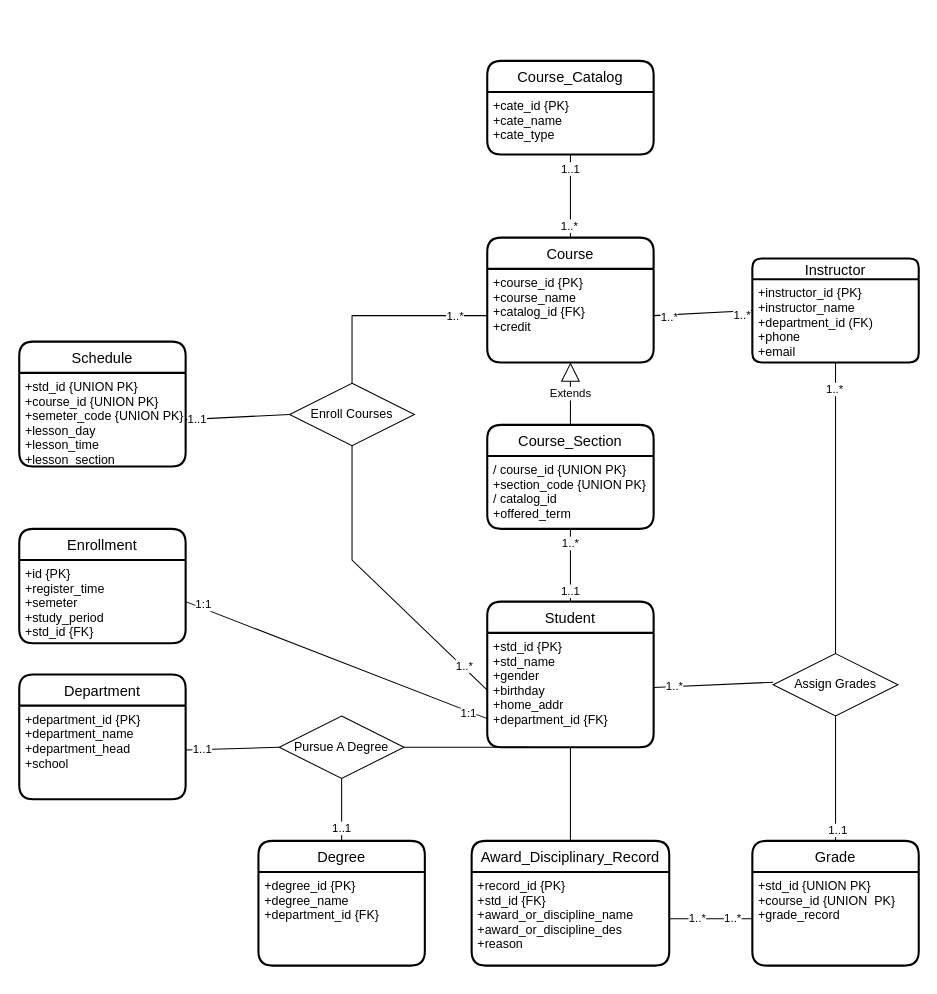
The draw.io diagram page "第 2 页" (2 of 2) of 未命名绘图2.drawio in bincute/iAmReadingBook, before the edit. Source tidied: cells renumbered, new cells numbered last; positions are measured from the earlier drawing's top-left corner, leaving out a move shared by most shapes. Both pictures are drawn from the tidied source at 104%, with x=0, y=0 at pixel (19, 60).
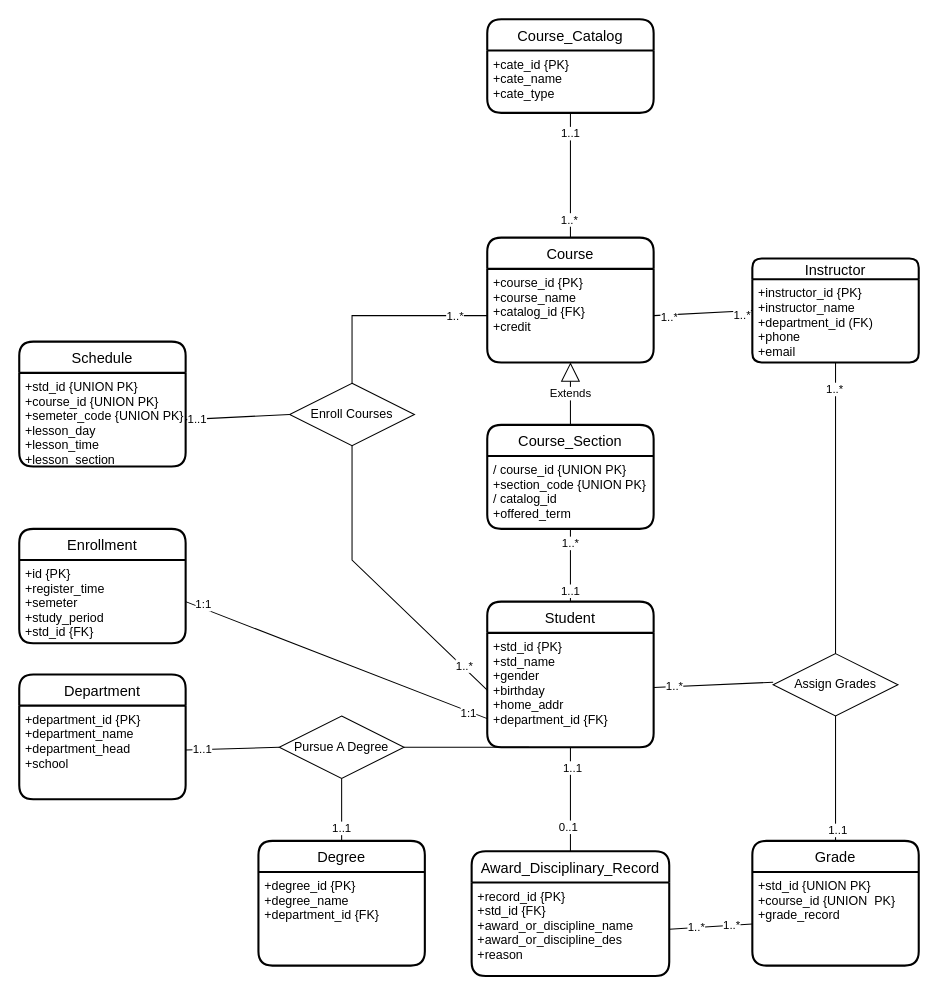
Above is the later version.

Commit message:
更新未命名绘图2.drawio

Unchanged cells that the change refers to:
```xml
<mxCell id="36" style="edgeStyle=none;rounded=0;jettySize=auto;html=1;exitX=0.5;exitY=1;exitDx=0;exitDy=0;endArrow=none;endFill=0;" parent="1" edge="1" source="5" target="34">
  <mxGeometry relative="1" as="geometry" />
</mxCell>
```

Change to the diagram source:
```diff
@@
     <mxCell id="20" value="Course_Catalog" style="swimlane;horizontal=1;startSize=30;rounded=1;fontSize=14;fontStyle=0;strokeWidth=2;shadow=0;dashed=0;align=center;" parent="1" vertex="1">
-      <mxGeometry x="450" width="160" height="90" as="geometry" />
+      <mxGeometry x="450" y="-40" width="160" height="90" as="geometry" />
     </mxCell>
@@
     <mxCell id="34" value="Award_Disciplinary_Record" style="swimlane;horizontal=1;startSize=30;rounded=1;fontSize=14;fontStyle=0;strokeWidth=2;shadow=0;dashed=0;align=center;" parent="1" vertex="1">
-      <mxGeometry x="435" y="750" width="190" height="120" as="geometry" />
+      <mxGeometry x="435" y="760" width="190" height="120" as="geometry" />
     </mxCell>
@@
+    <mxCell id="61" value="0..1" style="edgeLabel;html=1;align=center;verticalAlign=middle;" parent="36" vertex="1">
+      <mxGeometry x="0.54" y="-3" relative="1" as="geometry">
+        <mxPoint y="-1" as="offset" />
+      </mxGeometry>
+    </mxCell>
+    <mxCell id="62" value="1..1" style="edgeLabel;html=1;align=center;verticalAlign=middle;" parent="36" vertex="1">
+      <mxGeometry x="-0.64" y="1" relative="1" as="geometry">
+        <mxPoint y="1" as="offset" />
+      </mxGeometry>
+    </mxCell>
```
